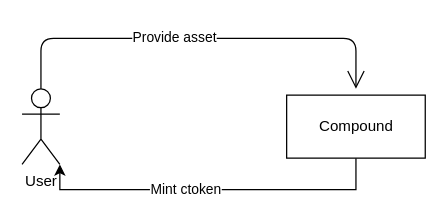
fox-one/compound keeps this draw.io diagram as docs/images/uc_supply.drawio. Above is the earlier version. Source tidied: cells renumbered, new cells numbered last; positions are measured from the earlier drawing's top-left corner, leaving out a move shared by most shapes. Both pictures are drawn from the tidied source at 126%, with x=0, y=0 at pixel (21, 38).
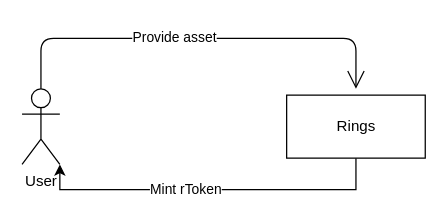
The same page after the edit.

Diff of the diagram source:
```diff
@@
 <mxGraphModel>
   <root>
     <mxCell id="0" />
     <mxCell id="1" parent="0" />
     <mxCell id="2" value="User" style="shape=umlActor;verticalLabelPosition=bottom;verticalAlign=top;html=1;" parent="1" vertex="1">
       <mxGeometry y="40" width="30" height="60" as="geometry" />
     </mxCell>
     <mxCell id="3" style="edgeStyle=orthogonalEdgeStyle;rounded=0;jettySize=auto;html=1;entryX=1;entryY=1;entryDx=0;entryDy=0;entryPerimeter=0;exitX=0.5;exitY=1;exitDx=0;exitDy=0;" parent="1" edge="1" source="5" target="2">
       <mxGeometry relative="1" as="geometry" />
     </mxCell>
-    <mxCell id="4" value="Mint ctoken" style="edgeLabel;html=1;align=center;verticalAlign=middle;" parent="3" vertex="1">
+    <mxCell id="4" value="Mint rToken" style="edgeLabel;html=1;align=center;verticalAlign=middle;" parent="3" vertex="1">
       <mxGeometry x="0.15" y="-1" relative="1" as="geometry" />
     </mxCell>
-    <mxCell id="5" value="Compound" style="html=1;" parent="1" vertex="1">
+    <mxCell id="5" value="Rings" style="html=1;" parent="1" vertex="1">
       <mxGeometry x="210" y="45" width="110" height="50" as="geometry" />
     </mxCell>
     <mxCell id="6" style="endArrow=open;endFill=1;endSize=12;html=1;exitX=0.5;exitY=0;exitDx=0;exitDy=0;exitPerimeter=0;edgeStyle=orthogonalEdgeStyle;" parent="1" edge="1" source="2">
       <mxGeometry relative="1" as="geometry">
         <mxPoint x="265" y="40" as="targetPoint" />
         <Array as="points">
           <mxPoint x="15" />
           <mxPoint x="265" />
         </Array>
       </mxGeometry>
     </mxCell>
     <mxCell id="7" value="Provide asset" style="edgeLabel;html=1;align=center;verticalAlign=middle;" parent="6" vertex="1">
       <mxGeometry x="-0.12" y="2" relative="1" as="geometry" />
     </mxCell>
   </root>
 </mxGraphModel>
```
